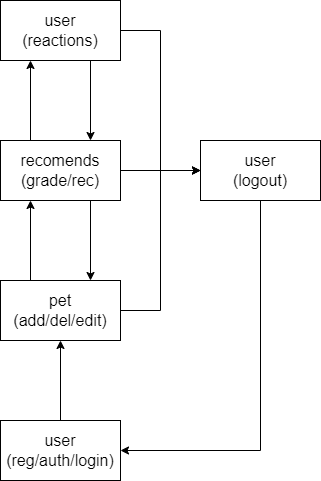
This is scheme/tindermeow.png from KATEHOK/pp56, a draw.io export, as it was before one commit. Source tidied: cells renumbered, new cells last; positions are measured from the earlier drawing's top-left corner, leaving out a move shared by most shapes.
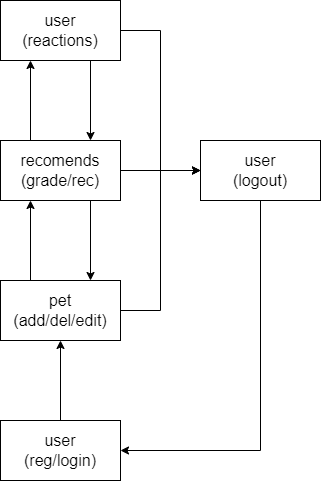
Above is the later version.

The edit, as a diff of the source:
```diff
@@ -5,7 +5,7 @@
     <mxCell id="2" style="edgeStyle=orthogonalEdgeStyle;rounded=0;jettySize=auto;html=1;fontSize=16;" parent="1" edge="1" source="3" target="6">
       <mxGeometry relative="1" as="geometry" />
     </mxCell>
-    <mxCell id="3" value="&lt;font style=&quot;font-size: 16px;&quot;&gt;user&lt;br&gt;(reg/auth/login)&lt;br&gt;&lt;/font&gt;" style="rounded=0;whiteSpace=wrap;html=1;" parent="1" vertex="1">
+    <mxCell id="3" value="&lt;font style=&quot;font-size: 16px;&quot;&gt;user&lt;br&gt;(reg/login)&lt;br&gt;&lt;/font&gt;" style="rounded=0;whiteSpace=wrap;html=1;" parent="1" vertex="1">
       <mxGeometry y="420" width="120" height="60" as="geometry" />
     </mxCell>
     <mxCell id="4" style="edgeStyle=orthogonalEdgeStyle;rounded=0;jettySize=auto;html=1;fontSize=16;exitX=0.25;exitY=0;exitDx=0;exitDy=0;entryX=0.25;entryY=1;entryDx=0;entryDy=0;" parent="1" edge="1" source="6" target="10">
```
